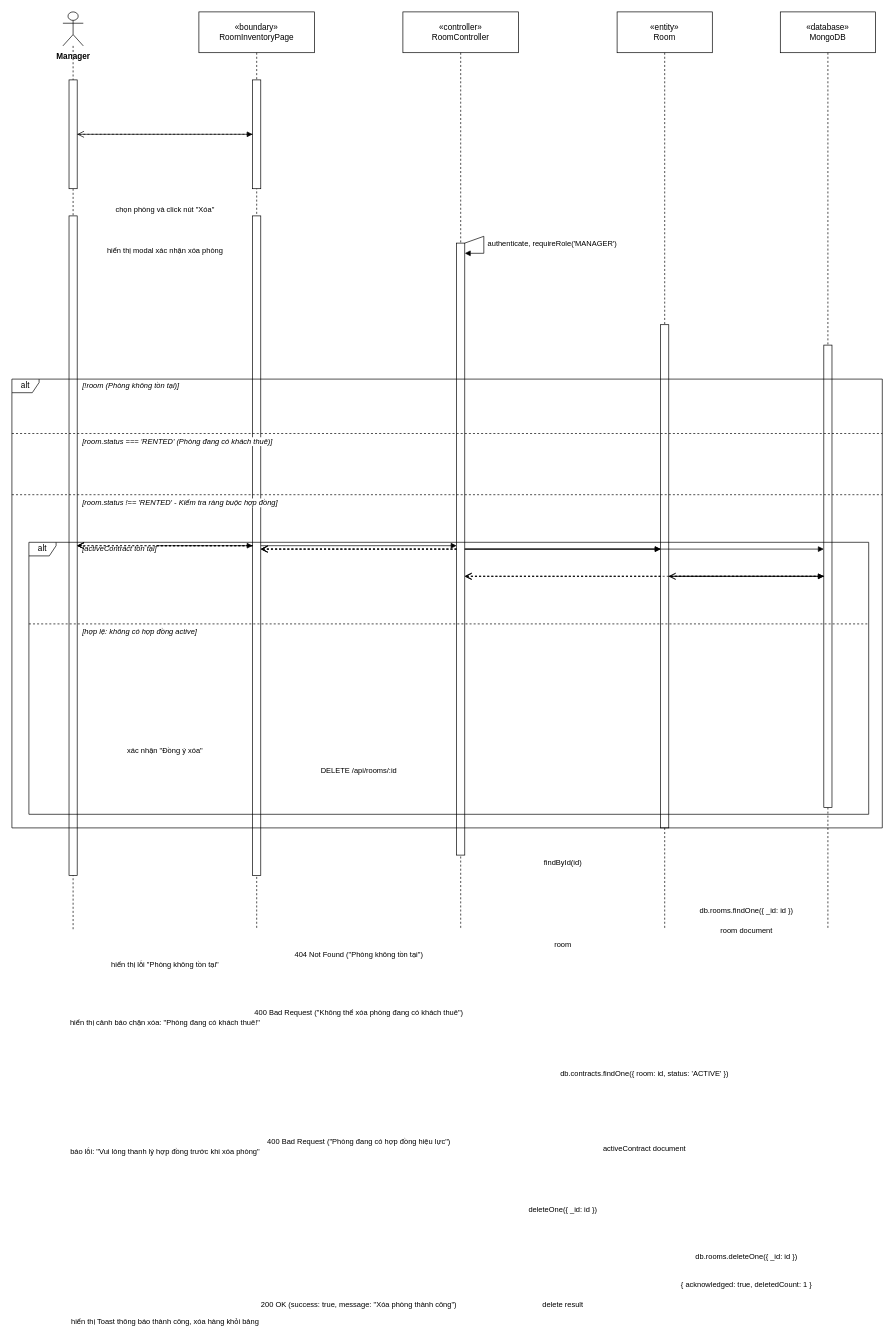
WanFJava/MotalManagementSystems keeps this draw.io diagram as docs/diagrams/UC-M04_3_Delete_Room_SequenceDiagram.drawio. Above is the earlier version. Source tidied: cells renumbered, new cells numbered last; positions are measured from the earlier drawing's top-left corner, leaving out a move shared by most shapes. Both pictures are drawn from the tidied source at 68%, with x=0, y=0 at pixel (12, 12).
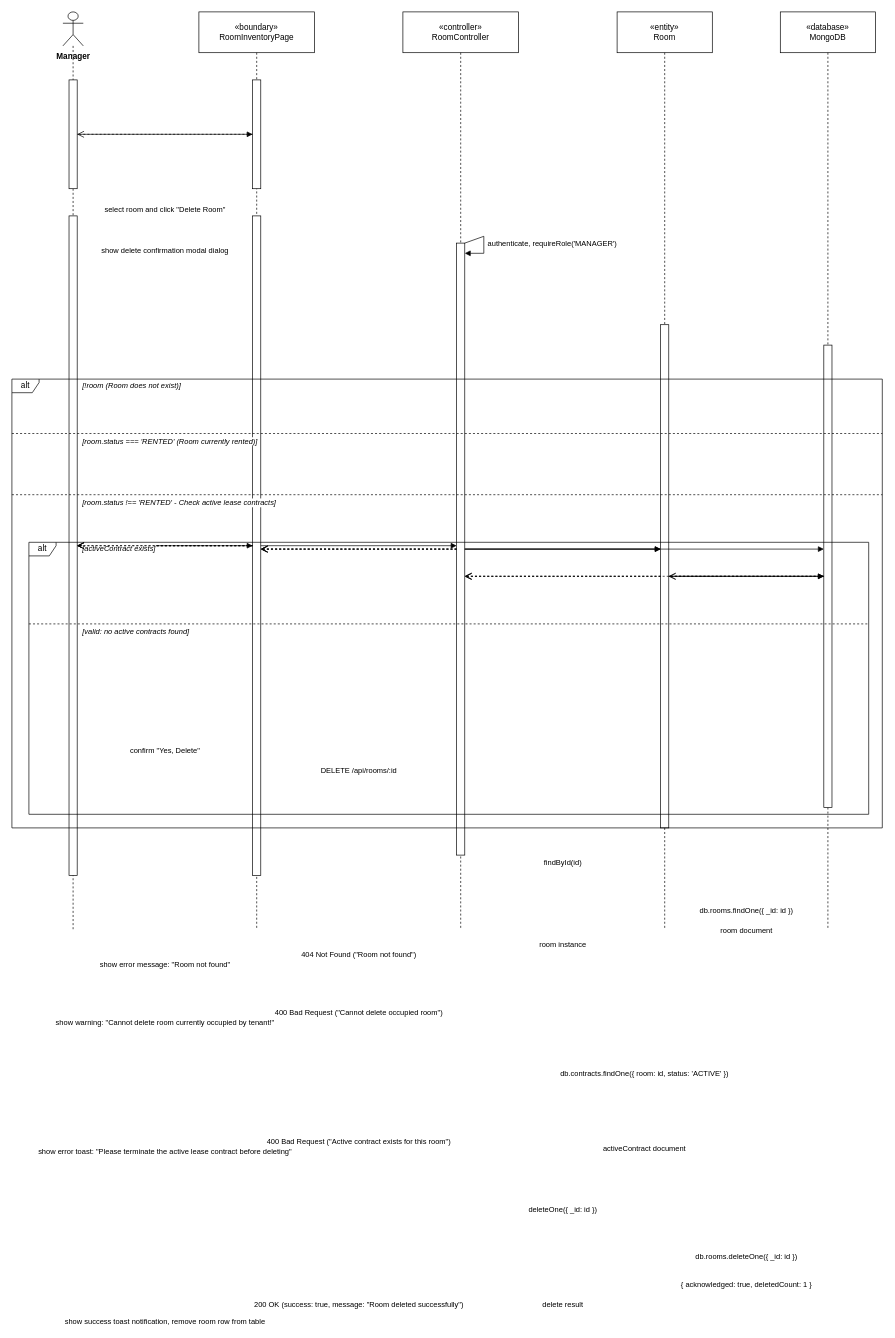
After the change.

Commit message (it also covers changes not shown here):
docs(uml): translate all Class and Sequence Diagrams to 100% English

The change refers to these unchanged cells:
```xml
<mxCell id="7" style="html=1;points=[];perimeter=orthogonalPerimeter;outlineConnect=0;targetShapes=umlLifeline;portConstraint=eastwest;" parent="2" vertex="1">
  <mxGeometry x="9" y="100" width="12" height="160" as="geometry" />
</mxCell>
<mxCell id="8" style="html=1;points=[];perimeter=orthogonalPerimeter;outlineConnect=0;targetShapes=umlLifeline;portConstraint=eastwest;" parent="2" vertex="1">
  <mxGeometry x="9" y="300" width="12" height="970" as="geometry" />
</mxCell>
<mxCell id="9" style="html=1;points=[];perimeter=orthogonalPerimeter;outlineConnect=0;targetShapes=umlLifeline;portConstraint=eastwest;" parent="3" vertex="1">
  <mxGeometry x="79" y="100" width="12" height="160" as="geometry" />
</mxCell>
<mxCell id="10" style="html=1;points=[];perimeter=orthogonalPerimeter;outlineConnect=0;targetShapes=umlLifeline;portConstraint=eastwest;" parent="3" vertex="1">
  <mxGeometry x="79" y="300" width="12" height="970" as="geometry" />
</mxCell>
<mxCell id="11" style="html=1;points=[];perimeter=orthogonalPerimeter;outlineConnect=0;targetShapes=umlLifeline;portConstraint=eastwest;" parent="4" vertex="1">
  <mxGeometry x="79" y="340" width="12" height="900" as="geometry" />
</mxCell>
<mxCell id="12" style="html=1;points=[];perimeter=orthogonalPerimeter;outlineConnect=0;targetShapes=umlLifeline;portConstraint=eastwest;" parent="5" vertex="1">
  <mxGeometry x="64" y="460" width="12" height="740" as="geometry" />
</mxCell>
```

The edit, as a diff of the source:
```diff
@@
-    <mxCell id="14" value="chọn phòng và click nút &quot;Xóa&quot;" style="html=1;verticalAlign=bottom;rounded=0;fontSize=11;endArrow=block;endFill=1;" parent="1" edge="1" source="7" target="9">
+    <mxCell id="14" value="select room and click &quot;Delete Room&quot;" style="html=1;verticalAlign=bottom;rounded=0;fontSize=11;endArrow=block;endFill=1;" parent="1" edge="1" source="7" target="9">
       <mxGeometry relative="1" as="geometry">
         <mxPoint y="120" as="offset" />
       </mxGeometry>
     </mxCell>
-    <mxCell id="15" value="hiển thị modal xác nhận xóa phòng" style="html=1;verticalAlign=bottom;rounded=0;fontSize=11;dashed=1;endArrow=open;endSize=8;" parent="1" edge="1" source="9" target="7">
+    <mxCell id="15" value="show delete confirmation modal dialog" style="html=1;verticalAlign=bottom;rounded=0;fontSize=11;dashed=1;endArrow=open;endSize=8;" parent="1" edge="1" source="9" target="7">
       <mxGeometry relative="1" as="geometry">
         <mxPoint y="180" as="offset" />
       </mxGeometry>
     </mxCell>
-    <mxCell id="16" value="xác nhận &quot;Đồng ý xóa&quot;" style="html=1;verticalAlign=bottom;rounded=0;fontSize=11;endArrow=block;endFill=1;" parent="1" edge="1" source="8" target="10">
+    <mxCell id="16" value="confirm &quot;Yes, Delete&quot;" style="html=1;verticalAlign=bottom;rounded=0;fontSize=11;endArrow=block;endFill=1;" parent="1" edge="1" source="8" target="10">
       <mxGeometry relative="1" as="geometry">
         <mxPoint y="310" as="offset" />
       </mxGeometry>
     </mxCell>
@@
-    <mxCell id="22" value="room" style="html=1;verticalAlign=bottom;rounded=0;fontSize=11;dashed=1;endArrow=open;endSize=8;" parent="1" edge="1" source="12" target="11">
+    <mxCell id="22" value="room instance" style="html=1;verticalAlign=bottom;rounded=0;fontSize=11;dashed=1;endArrow=open;endSize=8;" parent="1" edge="1" source="12" target="11">
       <mxGeometry relative="1" as="geometry">
         <mxPoint y="550" as="offset" />
       </mxGeometry>
     </mxCell>
@@
-    <mxCell id="24" value="[!room (Phòng không tồn tại)]" style="text;html=1;align=left;verticalAlign=middle;whiteSpace=nowrap;fontSize=11;fontStyle=2;labelBackgroundColor=#ffffff;" parent="1" vertex="1">
+    <mxCell id="24" value="[!room (Room does not exist)]" style="text;html=1;align=left;verticalAlign=middle;whiteSpace=nowrap;fontSize=11;fontStyle=2;labelBackgroundColor=#ffffff;" parent="1" vertex="1">
       <mxGeometry x="102" y="540" width="250" height="20" as="geometry" />
     </mxCell>
-    <mxCell id="25" value="404 Not Found (&quot;Phòng không tồn tại&quot;)" style="html=1;verticalAlign=bottom;rounded=0;fontSize=11;dashed=1;endArrow=open;endSize=8;" parent="1" edge="1" source="11" target="10">
+    <mxCell id="25" value="404 Not Found (&quot;Room not found&quot;)" style="html=1;verticalAlign=bottom;rounded=0;fontSize=11;dashed=1;endArrow=open;endSize=8;" parent="1" edge="1" source="11" target="10">
       <mxGeometry relative="1" as="geometry">
         <mxPoint y="605" as="offset" />
       </mxGeometry>
     </mxCell>
-    <mxCell id="26" value="hiển thị lỗi &quot;Phòng không tồn tại&quot;" style="html=1;verticalAlign=bottom;rounded=0;fontSize=11;dashed=1;endArrow=open;endSize=8;" parent="1" edge="1" source="10" target="8">
+    <mxCell id="26" value="show error message: &quot;Room not found&quot;" style="html=1;verticalAlign=bottom;rounded=0;fontSize=11;dashed=1;endArrow=open;endSize=8;" parent="1" edge="1" source="10" target="8">
       <mxGeometry relative="1" as="geometry">
         <mxPoint y="625" as="offset" />
       </mxGeometry>
     </mxCell>
@@
-    <mxCell id="28" value="[room.status === 'RENTED' (Phòng đang có khách thuê)]" style="text;html=1;align=left;verticalAlign=middle;whiteSpace=nowrap;fontSize=11;fontStyle=2;labelBackgroundColor=#ffffff;" parent="1" vertex="1">
+    <mxCell id="28" value="[room.status === 'RENTED' (Room currently rented)]" style="text;html=1;align=left;verticalAlign=middle;whiteSpace=nowrap;fontSize=11;fontStyle=2;labelBackgroundColor=#ffffff;" parent="1" vertex="1">
       <mxGeometry x="102" y="622" width="350" height="20" as="geometry" />
     </mxCell>
-    <mxCell id="29" value="400 Bad Request (&quot;Không thể xóa phòng đang có khách thuê&quot;)" style="html=1;verticalAlign=bottom;rounded=0;fontSize=11;dashed=1;endArrow=open;endSize=8;" parent="1" edge="1" source="11" target="10">
+    <mxCell id="29" value="400 Bad Request (&quot;Cannot delete occupied room&quot;)" style="html=1;verticalAlign=bottom;rounded=0;fontSize=11;dashed=1;endArrow=open;endSize=8;" parent="1" edge="1" source="11" target="10">
       <mxGeometry relative="1" as="geometry">
         <mxPoint y="690" as="offset" />
       </mxGeometry>
     </mxCell>
-    <mxCell id="30" value="hiển thị cảnh báo chặn xóa: &quot;Phòng đang có khách thuê!&quot;" style="html=1;verticalAlign=bottom;rounded=0;fontSize=11;dashed=1;endArrow=open;endSize=8;" parent="1" edge="1" source="10" target="8">
+    <mxCell id="30" value="show warning: &quot;Cannot delete room currently occupied by tenant!&quot;" style="html=1;verticalAlign=bottom;rounded=0;fontSize=11;dashed=1;endArrow=open;endSize=8;" parent="1" edge="1" source="10" target="8">
       <mxGeometry relative="1" as="geometry">
         <mxPoint y="710" as="offset" />
       </mxGeometry>
     </mxCell>
@@
-    <mxCell id="32" value="[room.status !== 'RENTED' - Kiểm tra ràng buộc hợp đồng]" style="text;html=1;align=left;verticalAlign=middle;whiteSpace=nowrap;fontSize=11;fontStyle=2;labelBackgroundColor=#ffffff;" parent="1" vertex="1">
+    <mxCell id="32" value="[room.status !== 'RENTED' - Check active lease contracts]" style="text;html=1;align=left;verticalAlign=middle;whiteSpace=nowrap;fontSize=11;fontStyle=2;labelBackgroundColor=#ffffff;" parent="1" vertex="1">
       <mxGeometry x="102" y="712" width="350" height="20" as="geometry" />
     </mxCell>
@@
-    <mxCell id="35" value="[activeContract tồn tại]" style="text;html=1;align=left;verticalAlign=middle;whiteSpace=nowrap;fontSize=11;fontStyle=2;labelBackgroundColor=#ffffff;" parent="1" vertex="1">
+    <mxCell id="35" value="[activeContract exists]" style="text;html=1;align=left;verticalAlign=middle;whiteSpace=nowrap;fontSize=11;fontStyle=2;labelBackgroundColor=#ffffff;" parent="1" vertex="1">
       <mxGeometry x="102" y="780" width="250" height="20" as="geometry" />
     </mxCell>
@@
-    <mxCell id="37" value="400 Bad Request (&quot;Phòng đang có hợp đồng hiệu lực&quot;)" style="html=1;verticalAlign=bottom;rounded=0;fontSize=11;dashed=1;endArrow=open;endSize=8;" parent="1" edge="1" source="11" target="10">
+    <mxCell id="37" value="400 Bad Request (&quot;Active contract exists for this room&quot;)" style="html=1;verticalAlign=bottom;rounded=0;fontSize=11;dashed=1;endArrow=open;endSize=8;" parent="1" edge="1" source="11" target="10">
       <mxGeometry relative="1" as="geometry">
         <mxPoint y="880" as="offset" />
       </mxGeometry>
     </mxCell>
-    <mxCell id="38" value="báo lỗi: &quot;Vui lòng thanh lý hợp đồng trước khi xóa phòng&quot;" style="html=1;verticalAlign=bottom;rounded=0;fontSize=11;dashed=1;endArrow=open;endSize=8;" parent="1" edge="1" source="10" target="8">
+    <mxCell id="38" value="show error toast: &quot;Please terminate the active lease contract before deleting&quot;" style="html=1;verticalAlign=bottom;rounded=0;fontSize=11;dashed=1;endArrow=open;endSize=8;" parent="1" edge="1" source="10" target="8">
       <mxGeometry relative="1" as="geometry">
         <mxPoint y="900" as="offset" />
       </mxGeometry>
     </mxCell>
@@
-    <mxCell id="40" value="[hợp lệ: không có hợp đồng active]" style="text;html=1;align=left;verticalAlign=middle;whiteSpace=nowrap;fontSize=11;fontStyle=2;labelBackgroundColor=#ffffff;" parent="1" vertex="1">
+    <mxCell id="40" value="[valid: no active contracts found]" style="text;html=1;align=left;verticalAlign=middle;whiteSpace=nowrap;fontSize=11;fontStyle=2;labelBackgroundColor=#ffffff;" parent="1" vertex="1">
       <mxGeometry x="102" y="902" width="250" height="20" as="geometry" />
     </mxCell>
@@
-    <mxCell id="45" value="200 OK (success: true, message: &quot;Xóa phòng thành công&quot;)" style="html=1;verticalAlign=bottom;rounded=0;fontSize=11;dashed=1;endArrow=open;endSize=8;" parent="1" edge="1" source="11" target="10">
+    <mxCell id="45" value="200 OK (success: true, message: &quot;Room deleted successfully&quot;)" style="html=1;verticalAlign=bottom;rounded=0;fontSize=11;dashed=1;endArrow=open;endSize=8;" parent="1" edge="1" source="11" target="10">
       <mxGeometry relative="1" as="geometry">
         <mxPoint y="1120" as="offset" />
       </mxGeometry>
     </mxCell>
-    <mxCell id="46" value="hiển thị Toast thông báo thành công, xóa hàng khỏi bảng" style="html=1;verticalAlign=bottom;rounded=0;fontSize=11;dashed=1;endArrow=open;endSize=8;" parent="1" edge="1" source="10" target="8">
+    <mxCell id="46" value="show success toast notification, remove room row from table" style="html=1;verticalAlign=bottom;rounded=0;fontSize=11;dashed=1;endArrow=open;endSize=8;" parent="1" edge="1" source="10" target="8">
       <mxGeometry relative="1" as="geometry">
         <mxPoint y="1150" as="offset" />
       </mxGeometry>
     </mxCell>
```
